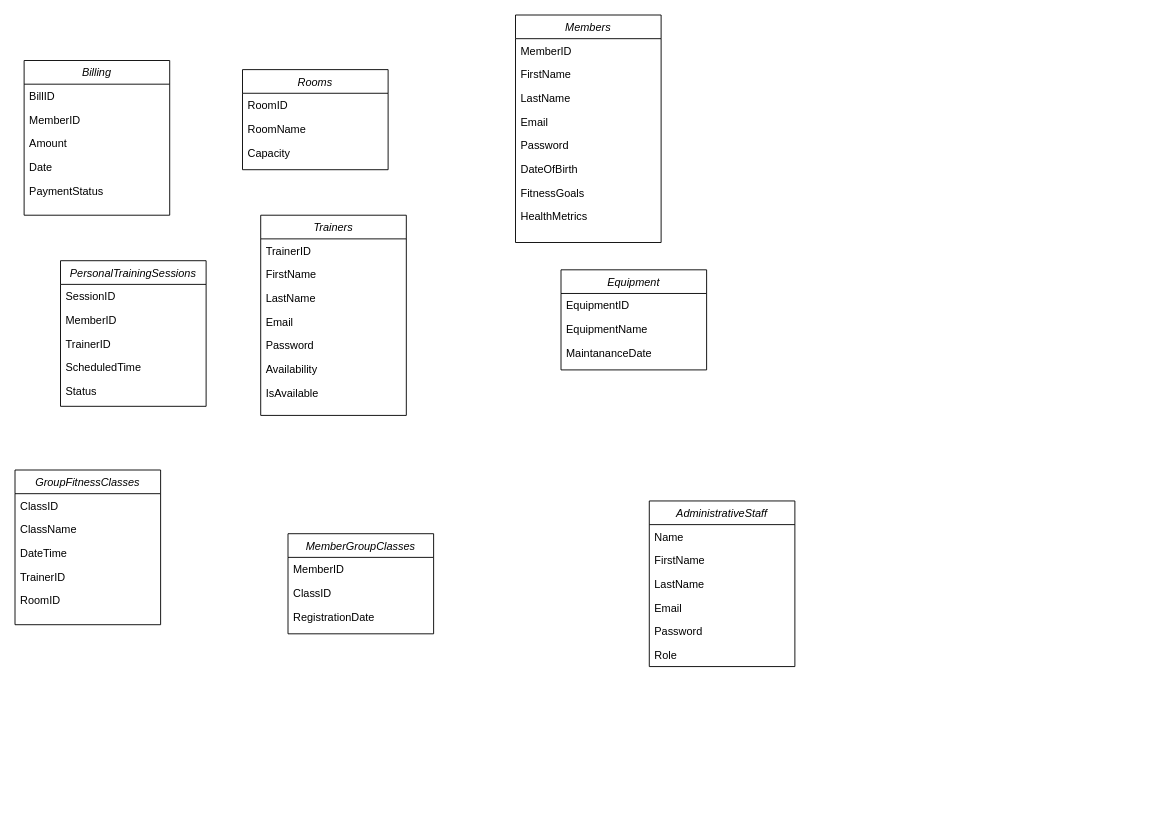
Before: Diagrams/ER_Diagram.drawio in igortascu/3005finalProject, a draw.io diagram. Source tidied: cells renumbered, new cells numbered last; positions are measured from the earlier drawing's top-left corner, leaving out a move shared by most shapes. Both pictures are drawn from the tidied source at 91%, with x=0, y=0 at pixel (15, 15).
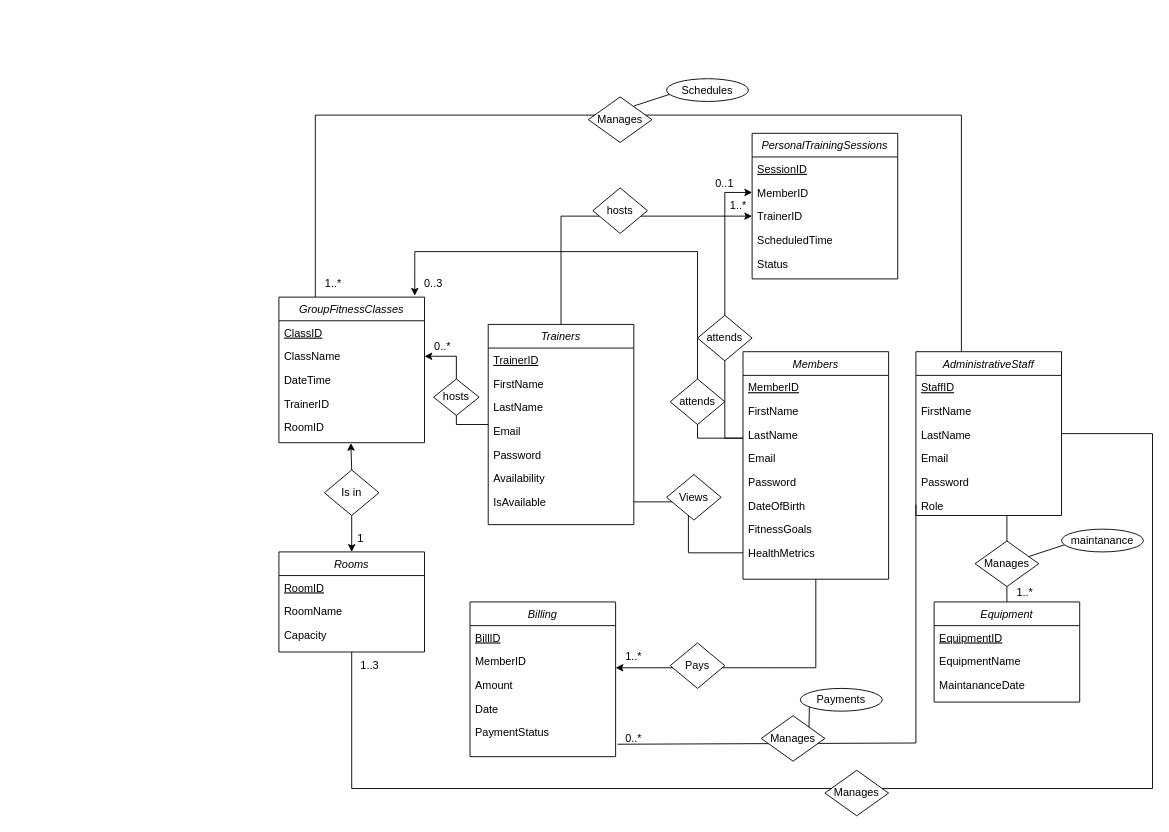
After the change.

Unchanged cells that the change refers to:
```xml
<mxCell id="14" value="HealthMetrics" style="text;align=left;verticalAlign=top;spacingLeft=4;spacingRight=4;overflow=hidden;points=[[0,0.5],[1,0.5]];portConstraint=eastwest;rounded=0;shadow=0;html=0;" parent="6" vertex="1">
  <mxGeometry y="208" width="160" height="26" as="geometry" />
</mxCell>
<mxCell id="22" value="IsAvailable" style="text;align=left;verticalAlign=top;spacingLeft=4;spacingRight=4;overflow=hidden;points=[[0,0.5],[1,0.5]];portConstraint=eastwest;rounded=0;shadow=0;html=0;" parent="15" vertex="1">
  <mxGeometry y="182" width="160" height="26" as="geometry" />
</mxCell>
<mxCell id="36" value="MemberID" style="text;align=left;verticalAlign=top;spacingLeft=4;spacingRight=4;overflow=hidden;points=[[0,0.5],[1,0.5]];portConstraint=eastwest;rounded=0;shadow=0;html=0;" parent="34" vertex="1">
  <mxGeometry y="52" width="160" height="26" as="geometry" />
</mxCell>
<mxCell id="37" value="TrainerID" style="text;align=left;verticalAlign=top;spacingLeft=4;spacingRight=4;overflow=hidden;points=[[0,0.5],[1,0.5]];portConstraint=eastwest;rounded=0;shadow=0;html=0;" parent="34" vertex="1">
  <mxGeometry y="78" width="160" height="26" as="geometry" />
</mxCell>
<mxCell id="46" value="ClassName" style="text;align=left;verticalAlign=top;spacingLeft=4;spacingRight=4;overflow=hidden;points=[[0,0.5],[1,0.5]];portConstraint=eastwest;rounded=0;shadow=0;html=0;" parent="44" vertex="1">
  <mxGeometry y="52" width="160" height="26" as="geometry" />
</mxCell>
<mxCell id="49" value="RoomID" style="text;align=left;verticalAlign=top;spacingLeft=4;spacingRight=4;overflow=hidden;points=[[0,0.5],[1,0.5]];portConstraint=eastwest;rounded=0;shadow=0;html=0;" parent="44" vertex="1">
  <mxGeometry y="130" width="160" height="26" as="geometry" />
</mxCell>
<mxCell id="52" value="MemberID" style="text;align=left;verticalAlign=top;spacingLeft=4;spacingRight=4;overflow=hidden;points=[[0,0.5],[1,0.5]];portConstraint=eastwest;rounded=0;shadow=0;html=0;" parent="50" vertex="1">
  <mxGeometry y="52" width="160" height="26" as="geometry" />
</mxCell>
<mxCell id="55" value="PaymentStatus" style="text;align=left;verticalAlign=top;spacingLeft=4;spacingRight=4;overflow=hidden;points=[[0,0.5],[1,0.5]];portConstraint=eastwest;rounded=0;shadow=0;html=0;" parent="50" vertex="1">
  <mxGeometry y="130" width="160" height="26" as="geometry" />
</mxCell>
```

What changed in the source:
```diff
@@
     <mxCell id="2" value="Rooms" style="swimlane;fontStyle=2;align=center;verticalAlign=top;horizontal=1;startSize=26;rounded=0;shadow=0;strokeWidth=1;" parent="1" vertex="1">
-      <mxGeometry x="250" y="60" width="160" height="110" as="geometry" />
+      <mxGeometry x="290" y="590" width="160" height="110" as="geometry" />
     </mxCell>
-    <mxCell id="3" value="RoomID" style="text;align=left;verticalAlign=top;spacingLeft=4;spacingRight=4;overflow=hidden;" parent="2" vertex="1">
+    <mxCell id="3" value="RoomID" style="text;align=left;verticalAlign=top;spacingLeft=4;spacingRight=4;overflow=hidden;fontStyle=4;" parent="2" vertex="1">
       <mxGeometry y="26" width="160" height="26" as="geometry" />
     </mxCell>
@@
+    <mxCell id="56" style="edgeStyle=orthogonalEdgeStyle;rounded=0;jettySize=auto;html=1;entryX=0;entryY=0.5;entryDx=0;entryDy=0;" parent="1" edge="1" source="6" target="36">
+      <mxGeometry relative="1" as="geometry">
+        <Array as="points">
+          <mxPoint x="780" y="465" />
+          <mxPoint x="780" y="195" />
+        </Array>
+      </mxGeometry>
+    </mxCell>
+    <mxCell id="57" style="edgeStyle=orthogonalEdgeStyle;rounded=0;jettySize=auto;html=1;entryX=0.933;entryY=-0.01;entryDx=0;entryDy=0;entryPerimeter=0;" parent="1" edge="1" source="6" target="44">
+      <mxGeometry relative="1" as="geometry">
+        <Array as="points">
+          <mxPoint x="750" y="465" />
+          <mxPoint x="750" y="260" />
+          <mxPoint x="439" y="260" />
+        </Array>
+      </mxGeometry>
+    </mxCell>
     <mxCell id="6" value="Members" style="swimlane;fontStyle=2;align=center;verticalAlign=top;horizontal=1;startSize=26;rounded=0;shadow=0;strokeWidth=1;" parent="1" vertex="1">
-      <mxGeometry x="550" width="160" height="250" as="geometry" />
+      <mxGeometry x="800" y="370" width="160" height="250" as="geometry" />
     </mxCell>
-    <mxCell id="7" value="MemberID" style="text;align=left;verticalAlign=top;spacingLeft=4;spacingRight=4;overflow=hidden;" parent="6" vertex="1">
+    <mxCell id="7" value="MemberID" style="text;align=left;verticalAlign=top;spacingLeft=4;spacingRight=4;overflow=hidden;fontStyle=4;" parent="6" vertex="1">
       <mxGeometry y="26" width="160" height="26" as="geometry" />
     </mxCell>
@@
+    <mxCell id="58" style="edgeStyle=orthogonalEdgeStyle;rounded=0;jettySize=auto;html=1;entryX=1;entryY=0.5;entryDx=0;entryDy=0;" parent="1" edge="1" source="15" target="46">
+      <mxGeometry relative="1" as="geometry" />
+    </mxCell>
+    <mxCell id="59" style="edgeStyle=orthogonalEdgeStyle;rounded=0;jettySize=auto;html=1;entryX=0;entryY=0.5;entryDx=0;entryDy=0;" parent="1" edge="1" source="15" target="37">
+      <mxGeometry relative="1" as="geometry" />
+    </mxCell>
     <mxCell id="15" value="Trainers" style="swimlane;fontStyle=2;align=center;verticalAlign=top;horizontal=1;startSize=26;rounded=0;shadow=0;strokeWidth=1;" parent="1" vertex="1">
-      <mxGeometry x="270" y="220" width="160" height="220" as="geometry" />
+      <mxGeometry x="520" y="340" width="160" height="220" as="geometry" />
     </mxCell>
-    <mxCell id="16" value="TrainerID" style="text;align=left;verticalAlign=top;spacingLeft=4;spacingRight=4;overflow=hidden;" parent="15" vertex="1">
+    <mxCell id="16" value="TrainerID" style="text;align=left;verticalAlign=top;spacingLeft=4;spacingRight=4;overflow=hidden;fontStyle=4;" parent="15" vertex="1">
       <mxGeometry y="26" width="160" height="26" as="geometry" />
     </mxCell>
-    <mxCell id="17" value="FirstName" style="text;align=left;verticalAlign=top;spacingLeft=4;spacingRight=4;overflow=hidden;rounded=0;shadow=0;html=0;" parent="15" vertex="1">
+    <mxCell id="17" value="FirstName" style="text;align=left;verticalAlign=top;spacingLeft=4;spacingRight=4;overflow=hidden;rounded=0;shadow=0;html=0;fontStyle=0;" parent="15" vertex="1">
       <mxGeometry y="52" width="160" height="26" as="geometry" />
     </mxCell>
@@
     <mxCell id="23" value="Equipment" style="swimlane;fontStyle=2;align=center;verticalAlign=top;horizontal=1;startSize=26;rounded=0;shadow=0;strokeWidth=1;" parent="1" vertex="1">
-      <mxGeometry x="600" y="280" width="160" height="110" as="geometry" />
+      <mxGeometry x="1010" y="645" width="160" height="110" as="geometry" />
     </mxCell>
-    <mxCell id="24" value="EquipmentID" style="text;align=left;verticalAlign=top;spacingLeft=4;spacingRight=4;overflow=hidden;" parent="23" vertex="1">
+    <mxCell id="24" value="EquipmentID" style="text;align=left;verticalAlign=top;spacingLeft=4;spacingRight=4;overflow=hidden;fontStyle=4;" parent="23" vertex="1">
       <mxGeometry y="26" width="160" height="26" as="geometry" />
     </mxCell>
@@
+    <mxCell id="60" style="edgeStyle=orthogonalEdgeStyle;rounded=0;jettySize=auto;html=1;entryX=0.5;entryY=1;entryDx=0;entryDy=0;strokeColor=default;curved=0;strokeWidth=1;endArrow=none;endFill=0;" parent="1" edge="1" source="27" target="2">
+      <mxGeometry relative="1" as="geometry">
+        <Array as="points">
+          <mxPoint x="1250" y="460" />
+          <mxPoint x="1250" y="850" />
+          <mxPoint x="370" y="850" />
+        </Array>
+      </mxGeometry>
+    </mxCell>
+    <mxCell id="61" style="edgeStyle=orthogonalEdgeStyle;rounded=0;jettySize=auto;html=1;entryX=0.25;entryY=0;entryDx=0;entryDy=0;endArrow=none;endFill=0;" parent="1" edge="1" source="27" target="44">
+      <mxGeometry relative="1" as="geometry">
+        <Array as="points">
+          <mxPoint x="1040" y="110" />
+          <mxPoint x="330" y="110" />
+        </Array>
+      </mxGeometry>
+    </mxCell>
     <mxCell id="27" value="AdministrativeStaff" style="swimlane;fontStyle=2;align=center;verticalAlign=top;horizontal=1;startSize=26;rounded=0;shadow=0;strokeWidth=1;" parent="1" vertex="1">
-      <mxGeometry x="697" y="534" width="160" height="182" as="geometry" />
+      <mxGeometry x="990" y="370" width="160" height="180" as="geometry" />
     </mxCell>
-    <mxCell id="28" value="Name" style="text;align=left;verticalAlign=top;spacingLeft=4;spacingRight=4;overflow=hidden;" parent="27" vertex="1">
+    <mxCell id="28" value="StaffID" style="text;align=left;verticalAlign=top;spacingLeft=4;spacingRight=4;overflow=hidden;fontStyle=4;" parent="27" vertex="1">
       <mxGeometry y="26" width="160" height="26" as="geometry" />
     </mxCell>
@@
     <mxCell id="33" value="Role" style="text;align=left;verticalAlign=top;spacingLeft=4;spacingRight=4;overflow=hidden;points=[[0,0.5],[1,0.5]];portConstraint=eastwest;rounded=0;shadow=0;html=0;" parent="27" vertex="1">
-      <mxGeometry y="156" width="160" height="26" as="geometry" />
+      <mxGeometry y="156" width="160" height="24" as="geometry" />
     </mxCell>
     <mxCell id="34" value="PersonalTrainingSessions" style="swimlane;fontStyle=2;align=center;verticalAlign=top;horizontal=1;startSize=26;rounded=0;shadow=0;strokeWidth=1;" parent="1" vertex="1">
-      <mxGeometry x="50" y="270" width="160" height="160" as="geometry" />
+      <mxGeometry x="810" y="130" width="160" height="160" as="geometry" />
     </mxCell>
-    <mxCell id="35" value="SessionID" style="text;align=left;verticalAlign=top;spacingLeft=4;spacingRight=4;overflow=hidden;" parent="34" vertex="1">
+    <mxCell id="35" value="SessionID" style="text;align=left;verticalAlign=top;spacingLeft=4;spacingRight=4;overflow=hidden;fontStyle=4;" parent="34" vertex="1">
       <mxGeometry y="26" width="160" height="26" as="geometry" />
     </mxCell>
@@
-    <mxCell id="40" value="MemberGroupClasses" style="swimlane;fontStyle=2;align=center;verticalAlign=top;horizontal=1;startSize=26;rounded=0;shadow=0;strokeWidth=1;" parent="1" vertex="1">
-      <mxGeometry x="300" y="570" width="160" height="110" as="geometry" />
-    </mxCell>
-    <mxCell id="41" value="MemberID" style="text;align=left;verticalAlign=top;spacingLeft=4;spacingRight=4;overflow=hidden;" parent="40" vertex="1">
-      <mxGeometry y="26" width="160" height="26" as="geometry" />
-    </mxCell>
-    <mxCell id="42" value="ClassID" style="text;align=left;verticalAlign=top;spacingLeft=4;spacingRight=4;overflow=hidden;rounded=0;shadow=0;html=0;" parent="40" vertex="1">
-      <mxGeometry y="52" width="160" height="26" as="geometry" />
-    </mxCell>
-    <mxCell id="43" value="RegistrationDate" style="text;align=left;verticalAlign=top;spacingLeft=4;spacingRight=4;overflow=hidden;rounded=0;shadow=0;html=0;" parent="40" vertex="1">
-      <mxGeometry y="78" width="160" height="26" as="geometry" />
-    </mxCell>
+    <mxCell id="62" style="edgeStyle=orthogonalEdgeStyle;rounded=0;jettySize=auto;html=1;" parent="1" edge="1" source="68" target="2">
+      <mxGeometry relative="1" as="geometry" />
+    </mxCell>
     <mxCell id="44" value="GroupFitnessClasses" style="swimlane;fontStyle=2;align=center;verticalAlign=top;horizontal=1;startSize=26;rounded=0;shadow=0;strokeWidth=1;" parent="1" vertex="1">
-      <mxGeometry y="500" width="160" height="170" as="geometry" />
+      <mxGeometry x="290" y="310" width="160" height="160" as="geometry" />
     </mxCell>
-    <mxCell id="45" value="ClassID" style="text;align=left;verticalAlign=top;spacingLeft=4;spacingRight=4;overflow=hidden;" parent="44" vertex="1">
+    <mxCell id="45" value="ClassID" style="text;align=left;verticalAlign=top;spacingLeft=4;spacingRight=4;overflow=hidden;fontStyle=4;" parent="44" vertex="1">
       <mxGeometry y="26" width="160" height="26" as="geometry" />
     </mxCell>
@@
     <mxCell id="50" value="Billing" style="swimlane;fontStyle=2;align=center;verticalAlign=top;horizontal=1;startSize=26;rounded=0;shadow=0;strokeWidth=1;" parent="1" vertex="1">
-      <mxGeometry x="10" y="50" width="160" height="170" as="geometry" />
+      <mxGeometry x="500" y="645" width="160" height="170" as="geometry" />
     </mxCell>
-    <mxCell id="51" value="BillID" style="text;align=left;verticalAlign=top;spacingLeft=4;spacingRight=4;overflow=hidden;" parent="50" vertex="1">
+    <mxCell id="51" value="BillID" style="text;align=left;verticalAlign=top;spacingLeft=4;spacingRight=4;overflow=hidden;fontStyle=4;" parent="50" vertex="1">
       <mxGeometry y="26" width="160" height="26" as="geometry" />
     </mxCell>
@@
+    <mxCell id="63" value="0..1" style="text;html=1;align=center;verticalAlign=middle;whiteSpace=wrap;rounded=0;" parent="1" vertex="1">
+      <mxGeometry x="750" y="170" width="60" height="30" as="geometry" />
+    </mxCell>
+    <mxCell id="64" value="1..*" style="text;html=1;align=center;verticalAlign=middle;whiteSpace=wrap;rounded=0;" parent="1" vertex="1">
+      <mxGeometry x="650" y="690" width="60" height="30" as="geometry" />
+    </mxCell>
+    <mxCell id="65" value="0..3" style="text;html=1;align=center;verticalAlign=middle;whiteSpace=wrap;rounded=0;" parent="1" vertex="1">
+      <mxGeometry x="430" y="280" width="60" height="30" as="geometry" />
+    </mxCell>
+    <mxCell id="66" value="1" style="text;html=1;align=center;verticalAlign=middle;whiteSpace=wrap;rounded=0;fontSize=13;" parent="1" vertex="1">
+      <mxGeometry x="350" y="560" width="60" height="30" as="geometry" />
+    </mxCell>
+    <mxCell id="67" value="1..*" style="text;html=1;align=center;verticalAlign=middle;whiteSpace=wrap;rounded=0;" parent="1" vertex="1">
+      <mxGeometry x="780" y="205" width="30" height="10" as="geometry" />
+    </mxCell>
+    <mxCell id="68" value="Is in" style="rhombus;whiteSpace=wrap;html=1;" parent="1" vertex="1">
+      <mxGeometry x="340" y="500" width="60" height="50" as="geometry" />
+    </mxCell>
+    <mxCell id="69" value="hosts" style="rhombus;whiteSpace=wrap;html=1;" parent="1" vertex="1">
+      <mxGeometry x="460" y="400" width="50" height="40" as="geometry" />
+    </mxCell>
+    <mxCell id="70" value="0..*" style="text;html=1;align=center;verticalAlign=middle;whiteSpace=wrap;rounded=0;" parent="1" vertex="1">
+      <mxGeometry x="440" y="350" width="60" height="30" as="geometry" />
+    </mxCell>
+    <mxCell id="71" value="hosts" style="rhombus;whiteSpace=wrap;html=1;" parent="1" vertex="1">
+      <mxGeometry x="635" y="190" width="60" height="50" as="geometry" />
+    </mxCell>
+    <mxCell id="72" value="attends" style="rhombus;whiteSpace=wrap;html=1;" parent="1" vertex="1">
+      <mxGeometry x="750" y="330" width="60" height="50" as="geometry" />
+    </mxCell>
+    <mxCell id="73" value="attends" style="rhombus;whiteSpace=wrap;html=1;" parent="1" vertex="1">
+      <mxGeometry x="720" y="400" width="60" height="50" as="geometry" />
+    </mxCell>
+    <mxCell id="74" style="endArrow=none;html=1;rounded=0;entryX=0.625;entryY=1.014;entryDx=0;entryDy=0;exitX=0.5;exitY=0;exitDx=0;exitDy=0;entryPerimeter=0;" parent="1" edge="1" source="77" target="33">
+      <mxGeometry relative="1" as="geometry" />
+    </mxCell>
+    <mxCell id="75" style="endArrow=none;html=1;rounded=0;entryX=0.5;entryY=1;entryDx=0;entryDy=0;exitX=0.5;exitY=0;exitDx=0;exitDy=0;" parent="1" edge="1" source="23" target="77">
+      <mxGeometry relative="1" as="geometry" />
+    </mxCell>
+    <mxCell id="76" style="edgeStyle=orthogonalEdgeStyle;rounded=0;jettySize=auto;html=1;entryX=1;entryY=0.782;entryDx=0;entryDy=0;entryPerimeter=0;" parent="1" edge="1" source="6" target="52">
+      <mxGeometry relative="1" as="geometry" />
+    </mxCell>
+    <mxCell id="77" value="Manages" style="rhombus;whiteSpace=wrap;html=1;" parent="1" vertex="1">
+      <mxGeometry x="1055" y="578" width="70" height="50" as="geometry" />
+    </mxCell>
+    <mxCell id="78" value="Pays" style="rhombus;whiteSpace=wrap;html=1;" parent="1" vertex="1">
+      <mxGeometry x="720" y="690" width="60" height="50" as="geometry" />
+    </mxCell>
+    <mxCell id="79" value="0..*" style="text;html=1;align=center;verticalAlign=middle;whiteSpace=wrap;rounded=0;" parent="1" vertex="1">
+      <mxGeometry x="650" y="780" width="60" height="30" as="geometry" />
+    </mxCell>
+    <mxCell id="80" style="endArrow=none;html=1;rounded=0;entryX=0;entryY=0.5;entryDx=0;entryDy=0;exitX=1.013;exitY=1.013;exitDx=0;exitDy=0;exitPerimeter=0;" parent="1" edge="1" source="55" target="33">
+      <mxGeometry relative="1" as="geometry">
+        <Array as="points">
+          <mxPoint x="990" y="800" />
+        </Array>
+      </mxGeometry>
+    </mxCell>
+    <mxCell id="81" value="Manages" style="rhombus;whiteSpace=wrap;html=1;" parent="1" vertex="1">
+      <mxGeometry x="820" y="770" width="70" height="50" as="geometry" />
+    </mxCell>
+    <mxCell id="82" value="1..*" style="text;html=1;align=center;verticalAlign=middle;whiteSpace=wrap;rounded=0;" parent="1" vertex="1">
+      <mxGeometry x="1080" y="620" width="60" height="30" as="geometry" />
+    </mxCell>
+    <mxCell id="83" style="endArrow=classic;html=1;rounded=0;exitX=0.5;exitY=0;exitDx=0;exitDy=0;entryX=0.494;entryY=1.167;entryDx=0;entryDy=0;entryPerimeter=0;" parent="1" edge="1" source="68" target="49">
+      <mxGeometry relative="1" as="geometry" />
+    </mxCell>
+    <mxCell id="84" value="Manages" style="rhombus;whiteSpace=wrap;html=1;" parent="1" vertex="1">
+      <mxGeometry x="890" y="830" width="70" height="50" as="geometry" />
+    </mxCell>
+    <mxCell id="85" value="Manages" style="rhombus;whiteSpace=wrap;html=1;" parent="1" vertex="1">
+      <mxGeometry x="630" y="90" width="70" height="50" as="geometry" />
+    </mxCell>
+    <mxCell id="86" value="1..*" style="text;html=1;align=center;verticalAlign=middle;whiteSpace=wrap;rounded=0;" parent="1" vertex="1">
+      <mxGeometry x="320" y="280" width="60" height="30" as="geometry" />
+    </mxCell>
+    <mxCell id="87" value="1..3" style="text;html=1;align=center;verticalAlign=middle;whiteSpace=wrap;rounded=0;" parent="1" vertex="1">
+      <mxGeometry x="360" y="700" width="60" height="30" as="geometry" />
+    </mxCell>
+    <mxCell id="88" style="endArrow=none;html=1;rounded=0;" parent="1" edge="1" source="77">
+      <mxGeometry relative="1" as="geometry">
+        <mxPoint x="1160" y="580" as="targetPoint" />
+      </mxGeometry>
+    </mxCell>
+    <mxCell id="89" value="maintanance" style="ellipse;whiteSpace=wrap;html=1;" parent="1" vertex="1">
+      <mxGeometry x="1150" y="565" width="90" height="25" as="geometry" />
+    </mxCell>
+    <mxCell id="90" style="endArrow=none;html=1;rounded=0;" parent="1" edge="1">
+      <mxGeometry relative="1" as="geometry">
+        <mxPoint x="680" y="100" as="sourcePoint" />
+        <mxPoint x="726" y="85" as="targetPoint" />
+      </mxGeometry>
+    </mxCell>
+    <mxCell id="91" value="Schedules" style="ellipse;whiteSpace=wrap;html=1;" parent="1" vertex="1">
+      <mxGeometry x="716" y="70" width="90" height="25" as="geometry" />
+    </mxCell>
+    <mxCell id="92" style="endArrow=none;html=1;rounded=0;exitX=1;exitY=0;exitDx=0;exitDy=0;" parent="1" edge="1" source="81">
+      <mxGeometry relative="1" as="geometry">
+        <mxPoint x="873" y="755" as="targetPoint" />
+      </mxGeometry>
+    </mxCell>
+    <mxCell id="93" value="Payments" style="ellipse;whiteSpace=wrap;html=1;" parent="1" vertex="1">
+      <mxGeometry x="863" y="740" width="90" height="25" as="geometry" />
+    </mxCell>
+    <mxCell id="94" style="edgeStyle=orthogonalEdgeStyle;rounded=0;jettySize=auto;html=1;entryX=0;entryY=0.5;entryDx=0;entryDy=0;endArrow=none;endFill=0;" parent="1" edge="1" source="22" target="14">
+      <mxGeometry relative="1" as="geometry" />
+    </mxCell>
+    <mxCell id="95" value="Views" style="rhombus;whiteSpace=wrap;html=1;" parent="1" vertex="1">
+      <mxGeometry x="716" y="505" width="60" height="50" as="geometry" />
+    </mxCell>
```
